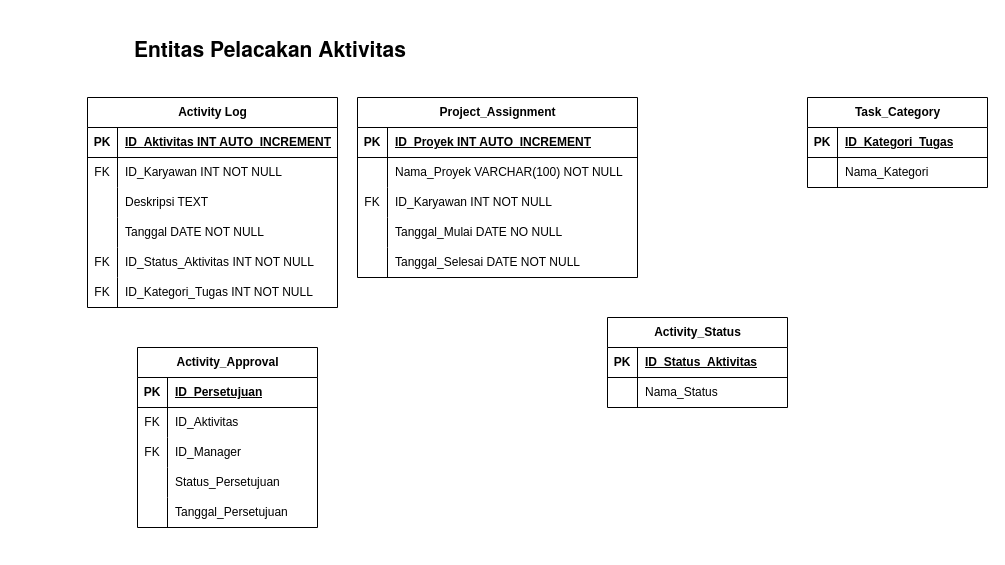
The draw.io diagram page "Santana - Pelacakan Aktivitas" (4 of 7) of ERD.drawio in santanamnaa/drawio, before the edit. Source tidied: cells renumbered, new cells numbered last; positions are measured from the earlier drawing's top-left corner, leaving out a move shared by most shapes. Both pictures are drawn from the tidied source at 100%, with x=0, y=0 at pixel (87, 17).
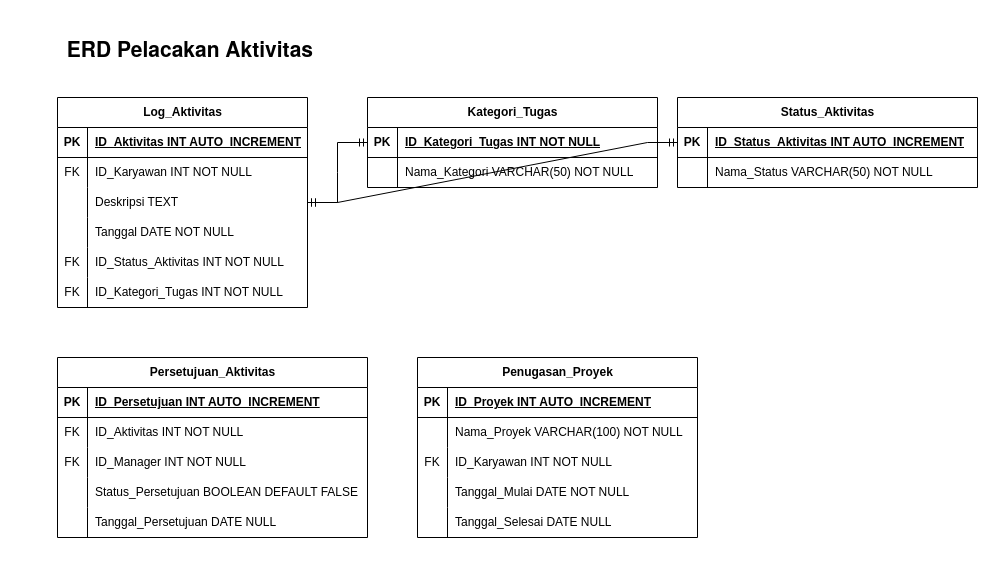
Above is the later version.

Unchanged cells that the change refers to:
```xml
<mxCell id="33" style="shape=tableRow;horizontal=0;startSize=0;swimlaneHead=0;swimlaneBody=0;fillColor=none;top=0;left=0;right=0;bottom=0;" parent="23" vertex="1">
  <mxGeometry y="120" width="280" height="30" as="geometry" />
</mxCell>
<mxCell id="36" style="shape=tableRow;horizontal=0;startSize=0;swimlaneHead=0;swimlaneBody=0;fillColor=none;top=0;left=0;right=0;bottom=0;" parent="23" vertex="1">
  <mxGeometry y="150" width="280" height="30" as="geometry" />
</mxCell>
```

Change to the diagram source:
```diff
@@
-    <mxCell id="2" value="&lt;p style=&quot;margin: 0px; font-variant-numeric: normal; font-variant-east-asian: normal; font-variant-alternates: normal; font-size-adjust: none; font-kerning: auto; font-optical-sizing: auto; font-feature-settings: normal; font-variation-settings: normal; font-variant-position: normal; font-variant-emoji: normal; font-stretch: normal; font-size: 21px; line-height: normal; font-family: &amp;quot;Helvetica Neue&amp;quot;; text-align: start;&quot; class=&quot;p1&quot;&gt;&lt;b&gt;&lt;span class=&quot;Apple-converted-space&quot;&gt;&amp;nbsp;&lt;/span&gt;Entitas Pelacakan Aktivitas&lt;/b&gt;&lt;/p&gt;" style="text;html=1;align=center;verticalAlign=middle;whiteSpace=wrap;rounded=0;" parent="1" vertex="1">
-      <mxGeometry x="10" width="340" height="60" as="geometry" />
+    <mxCell id="2" value="&lt;p style=&quot;margin: 0px; font-variant-numeric: normal; font-variant-east-asian: normal; font-variant-alternates: normal; font-size-adjust: none; font-kerning: auto; font-optical-sizing: auto; font-feature-settings: normal; font-variation-settings: normal; font-variant-position: normal; font-variant-emoji: normal; font-stretch: normal; font-size: 21px; line-height: normal; font-family: &amp;quot;Helvetica Neue&amp;quot;; text-align: start;&quot; class=&quot;p1&quot;&gt;&lt;b&gt;&lt;span class=&quot;Apple-converted-space&quot;&gt;&amp;nbsp;ERD&lt;/span&gt;&amp;nbsp;Pelacakan Aktivitas&lt;/b&gt;&lt;/p&gt;" style="text;html=1;align=center;verticalAlign=middle;whiteSpace=wrap;rounded=0;" parent="1" vertex="1">
+      <mxGeometry x="-70" width="340" height="60" as="geometry" />
     </mxCell>
@@
-    <mxCell id="4" value="Activity Log" style="shape=table;startSize=30;childLayout=tableLayout;rowLines=0;fontStyle=1;align=center;html=1;" parent="1" vertex="1">
-      <mxGeometry y="80" width="250" height="210" as="geometry" />
+    <mxCell id="4" value="Log_Aktivitas" style="shape=table;startSize=30;childLayout=tableLayout;rowLines=0;fontStyle=1;align=center;html=1;" parent="1" vertex="1">
+      <mxGeometry x="-30" y="80" width="250" height="210" as="geometry" />
     </mxCell>
@@
-    <mxCell id="23" value="Project_Assignment" style="shape=table;startSize=30;childLayout=tableLayout;rowLines=0;fontStyle=1;align=center;html=1;" parent="1" vertex="1">
-      <mxGeometry x="270" y="80" width="280" height="180" as="geometry" />
+    <mxCell id="23" value="Penugasan_Proyek" style="shape=table;startSize=30;childLayout=tableLayout;rowLines=0;fontStyle=1;align=center;html=1;" parent="1" vertex="1">
+      <mxGeometry x="330" y="340" width="280" height="180" as="geometry" />
     </mxCell>
@@
-    <mxCell id="35" value="Tanggal_Mulai DATE NO NULL" style="shape=partialRectangle;fillColor=none;top=0;left=0;bottom=0;right=0;align=left;spacingLeft=6;overflow=hidden;whiteSpace=wrap;html=1;" parent="33" vertex="1">
+    <mxCell id="35" value="Tanggal_Mulai DATE NOT NULL" style="shape=partialRectangle;fillColor=none;top=0;left=0;bottom=0;right=0;align=left;spacingLeft=6;overflow=hidden;whiteSpace=wrap;html=1;" parent="33" vertex="1">
       <mxGeometry x="30" width="250" height="30" as="geometry" />
     </mxCell>
@@
-    <mxCell id="38" value="Tanggal_Selesai DATE NOT NULL" style="shape=partialRectangle;fillColor=none;top=0;left=0;bottom=0;right=0;align=left;spacingLeft=6;overflow=hidden;whiteSpace=wrap;html=1;" parent="36" vertex="1">
+    <mxCell id="38" value="Tanggal_Selesai DATE NULL" style="shape=partialRectangle;fillColor=none;top=0;left=0;bottom=0;right=0;align=left;spacingLeft=6;overflow=hidden;whiteSpace=wrap;html=1;" parent="36" vertex="1">
       <mxGeometry x="30" width="250" height="30" as="geometry" />
     </mxCell>
-    <mxCell id="39" value="Activity_Status" style="shape=table;startSize=30;childLayout=tableLayout;rowLines=0;fontStyle=1;align=center;html=1;" parent="1" vertex="1">
-      <mxGeometry x="520" y="300" width="180" height="90" as="geometry" />
+    <mxCell id="39" value="Status_Aktivitas" style="shape=table;startSize=30;childLayout=tableLayout;rowLines=0;fontStyle=1;align=center;html=1;" parent="1" vertex="1">
+      <mxGeometry x="590" y="80" width="300" height="90" as="geometry" />
     </mxCell>
     <mxCell id="40" style="shape=tableRow;horizontal=0;startSize=0;swimlaneHead=0;swimlaneBody=0;fillColor=none;top=0;left=0;right=0;bottom=1;" parent="39" vertex="1">
-      <mxGeometry y="30" width="180" height="30" as="geometry" />
+      <mxGeometry y="30" width="300" height="30" as="geometry" />
     </mxCell>
@@
-    <mxCell id="42" value="ID_Status_Aktivitas" style="shape=partialRectangle;fillColor=none;top=0;left=0;bottom=0;right=0;align=left;spacingLeft=6;fontStyle=5;overflow=hidden;whiteSpace=wrap;html=1;" parent="40" vertex="1">
-      <mxGeometry x="30" width="150" height="30" as="geometry" />
+    <mxCell id="42" value="ID_Status_Aktivitas INT AUTO_INCREMENT" style="shape=partialRectangle;fillColor=none;top=0;left=0;bottom=0;right=0;align=left;spacingLeft=6;fontStyle=5;overflow=hidden;whiteSpace=wrap;html=1;" parent="40" vertex="1">
+      <mxGeometry x="30" width="270" height="30" as="geometry" />
     </mxCell>
     <mxCell id="43" style="shape=tableRow;horizontal=0;startSize=0;swimlaneHead=0;swimlaneBody=0;fillColor=none;top=0;left=0;right=0;bottom=0;" parent="39" vertex="1">
-      <mxGeometry y="60" width="180" height="30" as="geometry" />
+      <mxGeometry y="60" width="300" height="30" as="geometry" />
     </mxCell>
@@
-    <mxCell id="45" value="Nama_Status" style="shape=partialRectangle;fillColor=none;top=0;left=0;bottom=0;right=0;align=left;spacingLeft=6;overflow=hidden;whiteSpace=wrap;html=1;" parent="43" vertex="1">
-      <mxGeometry x="30" width="150" height="30" as="geometry" />
+    <mxCell id="45" value="Nama_Status VARCHAR(50) NOT NULL" style="shape=partialRectangle;fillColor=none;top=0;left=0;bottom=0;right=0;align=left;spacingLeft=6;overflow=hidden;whiteSpace=wrap;html=1;" parent="43" vertex="1">
+      <mxGeometry x="30" width="270" height="30" as="geometry" />
     </mxCell>
-    <mxCell id="46" value="Task_Category" style="shape=table;startSize=30;childLayout=tableLayout;rowLines=0;fontStyle=1;align=center;html=1;" parent="1" vertex="1">
-      <mxGeometry x="720" y="80" width="180" height="90" as="geometry" />
+    <mxCell id="46" value="Kategori_Tugas" style="shape=table;startSize=30;childLayout=tableLayout;rowLines=0;fontStyle=1;align=center;html=1;" parent="1" vertex="1">
+      <mxGeometry x="280" y="80" width="290" height="90" as="geometry" />
     </mxCell>
     <mxCell id="47" style="shape=tableRow;horizontal=0;startSize=0;swimlaneHead=0;swimlaneBody=0;fillColor=none;top=0;left=0;right=0;bottom=1;" parent="46" vertex="1">
-      <mxGeometry y="30" width="180" height="30" as="geometry" />
+      <mxGeometry y="30" width="290" height="30" as="geometry" />
     </mxCell>
@@
-    <mxCell id="49" value="&lt;div&gt;ID_Kategori_Tugas&lt;/div&gt;" style="shape=partialRectangle;fillColor=none;top=0;left=0;bottom=0;right=0;align=left;spacingLeft=6;fontStyle=5;overflow=hidden;whiteSpace=wrap;html=1;" parent="47" vertex="1">
-      <mxGeometry x="30" width="150" height="30" as="geometry" />
+    <mxCell id="49" value="&lt;div&gt;ID_Kategori_Tugas INT NOT NULL&lt;/div&gt;" style="shape=partialRectangle;fillColor=none;top=0;left=0;bottom=0;right=0;align=left;spacingLeft=6;fontStyle=5;overflow=hidden;whiteSpace=wrap;html=1;" parent="47" vertex="1">
+      <mxGeometry x="30" width="260" height="30" as="geometry" />
     </mxCell>
     <mxCell id="50" style="shape=tableRow;horizontal=0;startSize=0;swimlaneHead=0;swimlaneBody=0;fillColor=none;top=0;left=0;right=0;bottom=0;" parent="46" vertex="1">
-      <mxGeometry y="60" width="180" height="30" as="geometry" />
+      <mxGeometry y="60" width="290" height="30" as="geometry" />
     </mxCell>
@@
-    <mxCell id="52" value="Nama_Kategori" style="shape=partialRectangle;fillColor=none;top=0;left=0;bottom=0;right=0;align=left;spacingLeft=6;overflow=hidden;whiteSpace=wrap;html=1;" parent="50" vertex="1">
-      <mxGeometry x="30" width="150" height="30" as="geometry" />
+    <mxCell id="52" value="Nama_Kategori VARCHAR(50) NOT NULL" style="shape=partialRectangle;fillColor=none;top=0;left=0;bottom=0;right=0;align=left;spacingLeft=6;overflow=hidden;whiteSpace=wrap;html=1;" parent="50" vertex="1">
+      <mxGeometry x="30" width="260" height="30" as="geometry" />
     </mxCell>
-    <mxCell id="53" value="Activity_Approval" style="shape=table;startSize=30;childLayout=tableLayout;rowLines=0;fontStyle=1;align=center;html=1;" parent="1" vertex="1">
-      <mxGeometry x="50" y="330" width="180" height="180" as="geometry" />
+    <mxCell id="53" value="Persetujuan_Aktivitas" style="shape=table;startSize=30;childLayout=tableLayout;rowLines=0;fontStyle=1;align=center;html=1;" parent="1" vertex="1">
+      <mxGeometry x="-30" y="340" width="310" height="180" as="geometry" />
     </mxCell>
     <mxCell id="54" style="shape=tableRow;horizontal=0;startSize=0;swimlaneHead=0;swimlaneBody=0;fillColor=none;top=0;left=0;right=0;bottom=1;" parent="53" vertex="1">
-      <mxGeometry y="30" width="180" height="30" as="geometry" />
+      <mxGeometry y="30" width="310" height="30" as="geometry" />
     </mxCell>
@@
-    <mxCell id="56" value="&lt;div&gt;ID_Persetujuan&lt;/div&gt;" style="shape=partialRectangle;fillColor=none;top=0;left=0;bottom=0;right=0;align=left;spacingLeft=6;fontStyle=5;overflow=hidden;whiteSpace=wrap;html=1;" parent="54" vertex="1">
-      <mxGeometry x="30" width="150" height="30" as="geometry" />
+    <mxCell id="56" value="&lt;div&gt;ID_Persetujuan INT AUTO_INCREMENT&lt;/div&gt;" style="shape=partialRectangle;fillColor=none;top=0;left=0;bottom=0;right=0;align=left;spacingLeft=6;fontStyle=5;overflow=hidden;whiteSpace=wrap;html=1;" parent="54" vertex="1">
+      <mxGeometry x="30" width="280" height="30" as="geometry" />
     </mxCell>
     <mxCell id="57" style="shape=tableRow;horizontal=0;startSize=0;swimlaneHead=0;swimlaneBody=0;fillColor=none;top=0;left=0;right=0;bottom=0;" parent="53" vertex="1">
-      <mxGeometry y="60" width="180" height="30" as="geometry" />
+      <mxGeometry y="60" width="310" height="30" as="geometry" />
     </mxCell>
@@
-    <mxCell id="59" value="&lt;div&gt;ID_Aktivitas&lt;/div&gt;" style="shape=partialRectangle;fillColor=none;top=0;left=0;bottom=0;right=0;align=left;spacingLeft=6;overflow=hidden;whiteSpace=wrap;html=1;" parent="57" vertex="1">
-      <mxGeometry x="30" width="150" height="30" as="geometry" />
+    <mxCell id="59" value="&lt;div&gt;ID_Aktivitas INT NOT NULL&lt;/div&gt;" style="shape=partialRectangle;fillColor=none;top=0;left=0;bottom=0;right=0;align=left;spacingLeft=6;overflow=hidden;whiteSpace=wrap;html=1;" parent="57" vertex="1">
+      <mxGeometry x="30" width="280" height="30" as="geometry" />
     </mxCell>
     <mxCell id="60" style="shape=tableRow;horizontal=0;startSize=0;swimlaneHead=0;swimlaneBody=0;fillColor=none;top=0;left=0;right=0;bottom=0;" parent="53" vertex="1">
-      <mxGeometry y="90" width="180" height="30" as="geometry" />
+      <mxGeometry y="90" width="310" height="30" as="geometry" />
     </mxCell>
@@
-    <mxCell id="62" value="&lt;div&gt;ID_Manager&lt;/div&gt;" style="shape=partialRectangle;fillColor=none;top=0;left=0;bottom=0;right=0;align=left;spacingLeft=6;overflow=hidden;whiteSpace=wrap;html=1;" parent="60" vertex="1">
-      <mxGeometry x="30" width="150" height="30" as="geometry" />
+    <mxCell id="62" value="&lt;div&gt;ID_Manager INT NOT NULL&lt;/div&gt;" style="shape=partialRectangle;fillColor=none;top=0;left=0;bottom=0;right=0;align=left;spacingLeft=6;overflow=hidden;whiteSpace=wrap;html=1;" parent="60" vertex="1">
+      <mxGeometry x="30" width="280" height="30" as="geometry" />
     </mxCell>
     <mxCell id="63" style="shape=tableRow;horizontal=0;startSize=0;swimlaneHead=0;swimlaneBody=0;fillColor=none;top=0;left=0;right=0;bottom=0;" parent="53" vertex="1">
-      <mxGeometry y="120" width="180" height="30" as="geometry" />
+      <mxGeometry y="120" width="310" height="30" as="geometry" />
     </mxCell>
@@
-    <mxCell id="65" value="Status_Persetujuan" style="shape=partialRectangle;fillColor=none;top=0;left=0;bottom=0;right=0;align=left;spacingLeft=6;overflow=hidden;whiteSpace=wrap;html=1;" parent="63" vertex="1">
-      <mxGeometry x="30" width="150" height="30" as="geometry" />
+    <mxCell id="65" value="Status_Persetujuan BOOLEAN DEFAULT FALSE" style="shape=partialRectangle;fillColor=none;top=0;left=0;bottom=0;right=0;align=left;spacingLeft=6;overflow=hidden;whiteSpace=wrap;html=1;" parent="63" vertex="1">
+      <mxGeometry x="30" width="280" height="30" as="geometry" />
     </mxCell>
     <mxCell id="66" style="shape=tableRow;horizontal=0;startSize=0;swimlaneHead=0;swimlaneBody=0;fillColor=none;top=0;left=0;right=0;bottom=0;" parent="53" vertex="1">
-      <mxGeometry y="150" width="180" height="30" as="geometry" />
+      <mxGeometry y="150" width="310" height="30" as="geometry" />
     </mxCell>
@@
-    <mxCell id="68" value="Tanggal_Persetujuan" style="shape=partialRectangle;fillColor=none;top=0;left=0;bottom=0;right=0;align=left;spacingLeft=6;overflow=hidden;whiteSpace=wrap;html=1;" parent="66" vertex="1">
-      <mxGeometry x="30" width="150" height="30" as="geometry" />
+    <mxCell id="68" value="Tanggal_Persetujuan DATE NULL" style="shape=partialRectangle;fillColor=none;top=0;left=0;bottom=0;right=0;align=left;spacingLeft=6;overflow=hidden;whiteSpace=wrap;html=1;" parent="66" vertex="1">
+      <mxGeometry x="30" width="280" height="30" as="geometry" />
     </mxCell>
+    <mxCell id="69" style="edgeStyle=entityRelationEdgeStyle;fontSize=12;html=1;endArrow=ERmandOne;startArrow=ERmandOne;rounded=0;" parent="1" edge="1" source="4" target="39">
+      <mxGeometry relative="1" as="geometry" />
+    </mxCell>
+    <mxCell id="70" style="edgeStyle=entityRelationEdgeStyle;fontSize=12;html=1;endArrow=ERmandOne;startArrow=ERmandOne;rounded=0;" parent="1" edge="1" source="4" target="46">
+      <mxGeometry relative="1" as="geometry" />
+    </mxCell>
```
